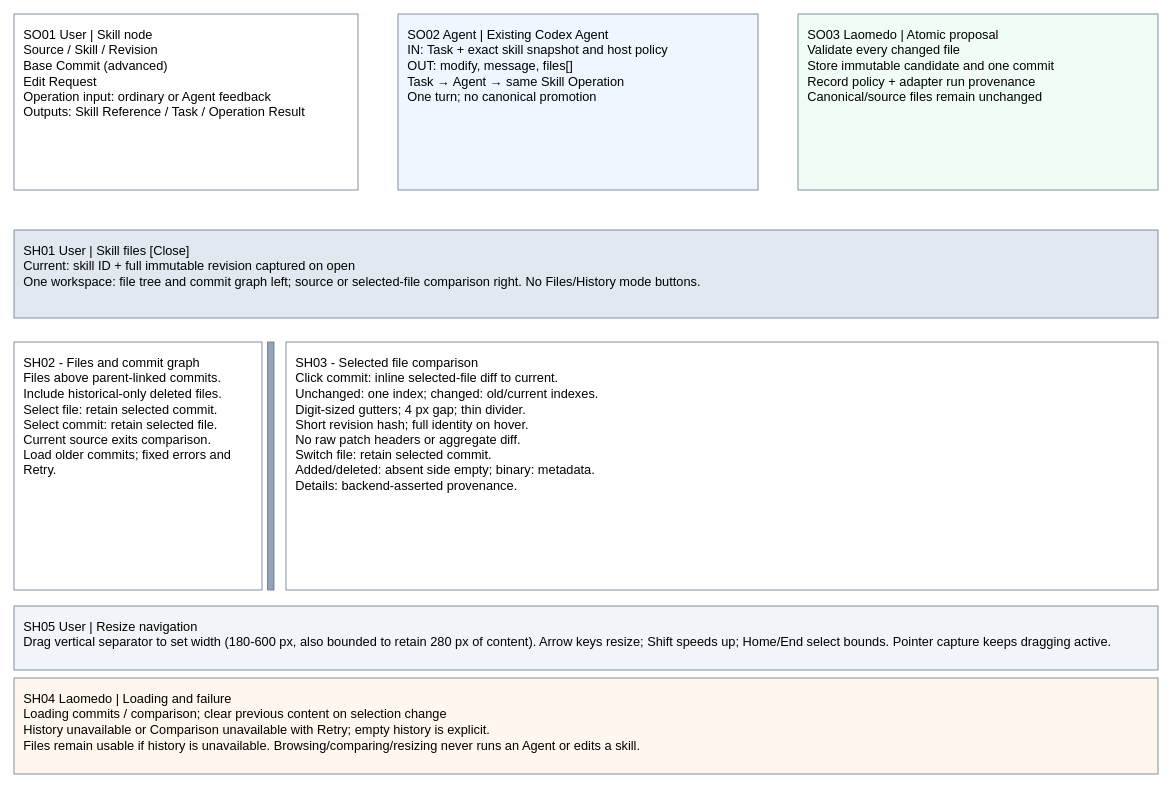
Before: page "Skill operations and history" (2 of 2) of projects/laomedo/subsystems/skill-registry/design/skill-files.drawio in amadou-6e/specs, a draw.io diagram. Source tidied: cells renumbered, new cells numbered last; positions are measured from the earlier drawing's top-left corner, leaving out a move shared by most shapes. Both pictures are drawn from the tidied source at 80%, with x=0, y=0 at pixel (14, 14).
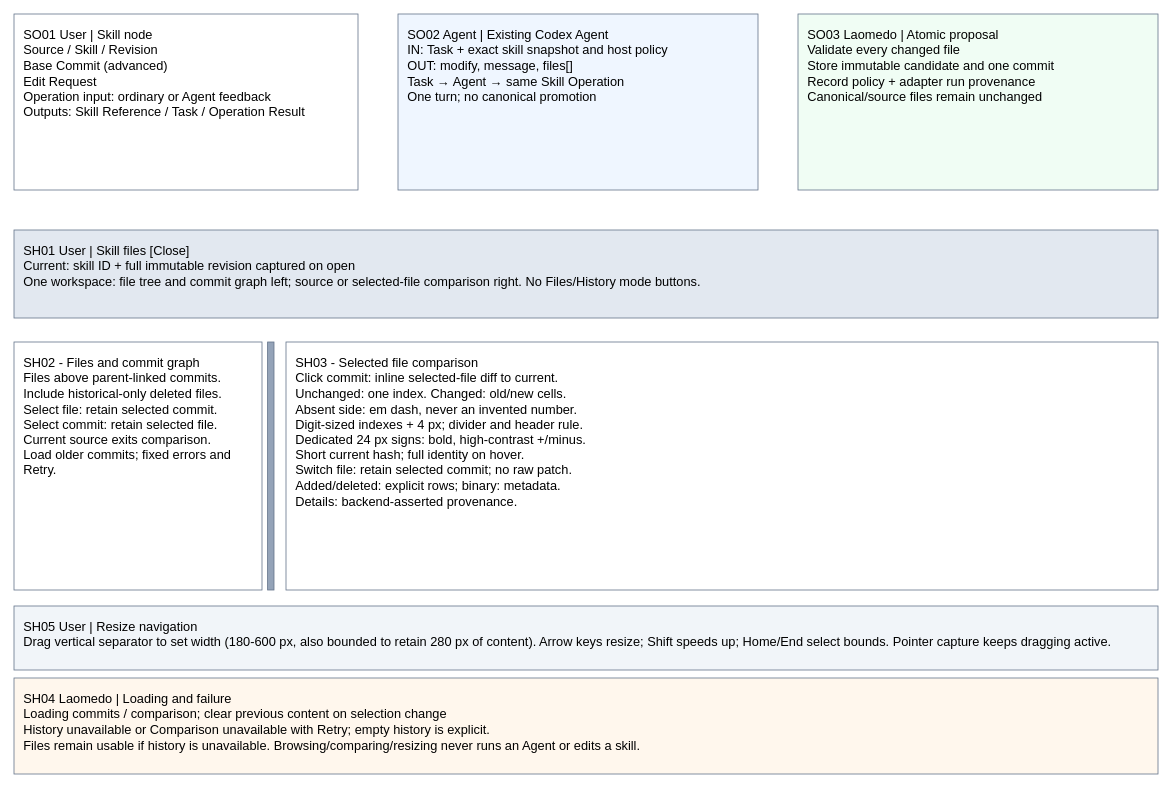
After the change.

Commit message (it also covers changes not shown here):
Define explicit changed-line indexes and readable markers

Change to the diagram source:
```diff
@@
 <mxGraphModel>
   <root>
     <mxCell id="0" />
     <mxCell id="1" parent="0" />
     <mxCell id="2" value="SO01 User | Skill node&#10;Source / Skill / Revision&#10;Base Commit (advanced)&#10;Edit Request&#10;Operation input: ordinary or Agent feedback&#10;Outputs: Skill Reference / Task / Operation Result" style="rounded=0;whiteSpace=wrap;html=0;align=left;verticalAlign=top;spacing=12;fontFamily=Arial;fontSize=16;fillColor=#ffffff;strokeColor=#64748b;" parent="1" vertex="1">
       <mxGeometry width="430" height="220" as="geometry" />
     </mxCell>
     <mxCell id="3" value="SO02 Agent | Existing Codex Agent&#10;IN: Task + exact skill snapshot and host policy&#10;OUT: modify, message, files[]&#10;Task → Agent → same Skill Operation&#10;One turn; no canonical promotion" style="rounded=0;whiteSpace=wrap;html=0;align=left;verticalAlign=top;spacing=12;fontFamily=Arial;fontSize=16;fillColor=#eff6ff;strokeColor=#64748b;" parent="1" vertex="1">
       <mxGeometry x="480" width="450" height="220" as="geometry" />
     </mxCell>
     <mxCell id="4" value="SO03 Laomedo | Atomic proposal&#10;Validate every changed file&#10;Store immutable candidate and one commit&#10;Record policy + adapter run provenance&#10;Canonical/source files remain unchanged" style="rounded=0;whiteSpace=wrap;html=0;align=left;verticalAlign=top;spacing=12;fontFamily=Arial;fontSize=16;fillColor=#f0fdf4;strokeColor=#64748b;" parent="1" vertex="1">
       <mxGeometry x="980" width="450" height="220" as="geometry" />
     </mxCell>
     <mxCell id="5" value="SH01 User | Skill files                                      [Close]&#10;Current: skill ID + full immutable revision captured on open&#10;One workspace: file tree and commit graph left; source or selected-file comparison right. No Files/History mode buttons." style="rounded=0;whiteSpace=wrap;html=0;align=left;verticalAlign=top;spacing=12;fontFamily=Arial;fontSize=16;fillColor=#e2e8f0;strokeColor=#64748b;" parent="1" vertex="1">
       <mxGeometry y="270" width="1430" height="110" as="geometry" />
     </mxCell>
     <mxCell id="6" value="SH02 - Files and commit graph&#10;Files above parent-linked commits.&#10;Include historical-only deleted files.&#10;Select file: retain selected commit.&#10;Select commit: retain selected file.&#10;Current source exits comparison.&#10;Load older commits; fixed errors and Retry." style="rounded=0;whiteSpace=wrap;html=0;align=left;verticalAlign=top;spacing=12;fontFamily=Arial;fontSize=16;fillColor=#ffffff;strokeColor=#64748b;" parent="1" vertex="1">
       <mxGeometry y="410" width="310" height="310" as="geometry" />
     </mxCell>
-    <mxCell id="7" value="SH03 - Selected file comparison&#10;Click commit: inline selected-file diff to current.&#10;Unchanged: one index; changed: old/current indexes.&#10;Digit-sized gutters; 4 px gap; thin divider.&#10;Short revision hash; full identity on hover.&#10;No raw patch headers or aggregate diff.&#10;Switch file: retain selected commit.&#10;Added/deleted: absent side empty; binary: metadata.&#10;Details: backend-asserted provenance." style="rounded=0;whiteSpace=wrap;html=0;align=left;verticalAlign=top;spacing=12;fontFamily=Arial;fontSize=16;fillColor=#ffffff;strokeColor=#64748b;" parent="1" vertex="1">
+    <mxCell id="7" value="SH03 - Selected file comparison&#10;Click commit: inline selected-file diff to current.&#10;Unchanged: one index. Changed: old/new cells.&#10;Absent side: em dash, never an invented number.&#10;Digit-sized indexes + 4 px; divider and header rule.&#10;Dedicated 24 px signs: bold, high-contrast +/minus.&#10;Short current hash; full identity on hover.&#10;Switch file: retain selected commit; no raw patch.&#10;Added/deleted: explicit rows; binary: metadata.&#10;Details: backend-asserted provenance." style="rounded=0;whiteSpace=wrap;html=0;align=left;verticalAlign=top;spacing=12;fontFamily=Arial;fontSize=16;fillColor=#ffffff;strokeColor=#64748b;" parent="1" vertex="1">
       <mxGeometry x="340" y="410" width="1090" height="310" as="geometry" />
     </mxCell>
     <mxCell id="8" value="SH04 Laomedo | Loading and failure&#10;Loading commits / comparison; clear previous content on selection change&#10;History unavailable or Comparison unavailable with Retry; empty history is explicit.&#10;Files remain usable if history is unavailable. Browsing/comparing/resizing never runs an Agent or edits a skill." style="rounded=0;whiteSpace=wrap;html=0;align=left;verticalAlign=top;spacing=12;fontFamily=Arial;fontSize=16;fillColor=#fff7ed;strokeColor=#64748b;" parent="1" vertex="1">
       <mxGeometry y="830" width="1430" height="120" as="geometry" />
     </mxCell>
     <mxCell id="9" style="rounded=0;whiteSpace=wrap;html=0;align=left;verticalAlign=top;spacing=12;fontFamily=Arial;fontSize=16;fillColor=#94a3b8;strokeColor=#64748b;" parent="1" vertex="1">
       <mxGeometry x="317" y="410" width="8" height="310" as="geometry" />
     </mxCell>
     <mxCell id="10" value="SH05 User | Resize navigation&#10;Drag vertical separator to set width (180-600 px, also bounded to retain 280 px of content). Arrow keys resize; Shift speeds up; Home/End select bounds. Pointer capture keeps dragging active." style="rounded=0;whiteSpace=wrap;html=0;align=left;verticalAlign=top;spacing=12;fontFamily=Arial;fontSize=16;fillColor=#f1f5f9;strokeColor=#64748b;" parent="1" vertex="1">
       <mxGeometry y="740" width="1430" height="80" as="geometry" />
     </mxCell>
   </root>
 </mxGraphModel>
```
